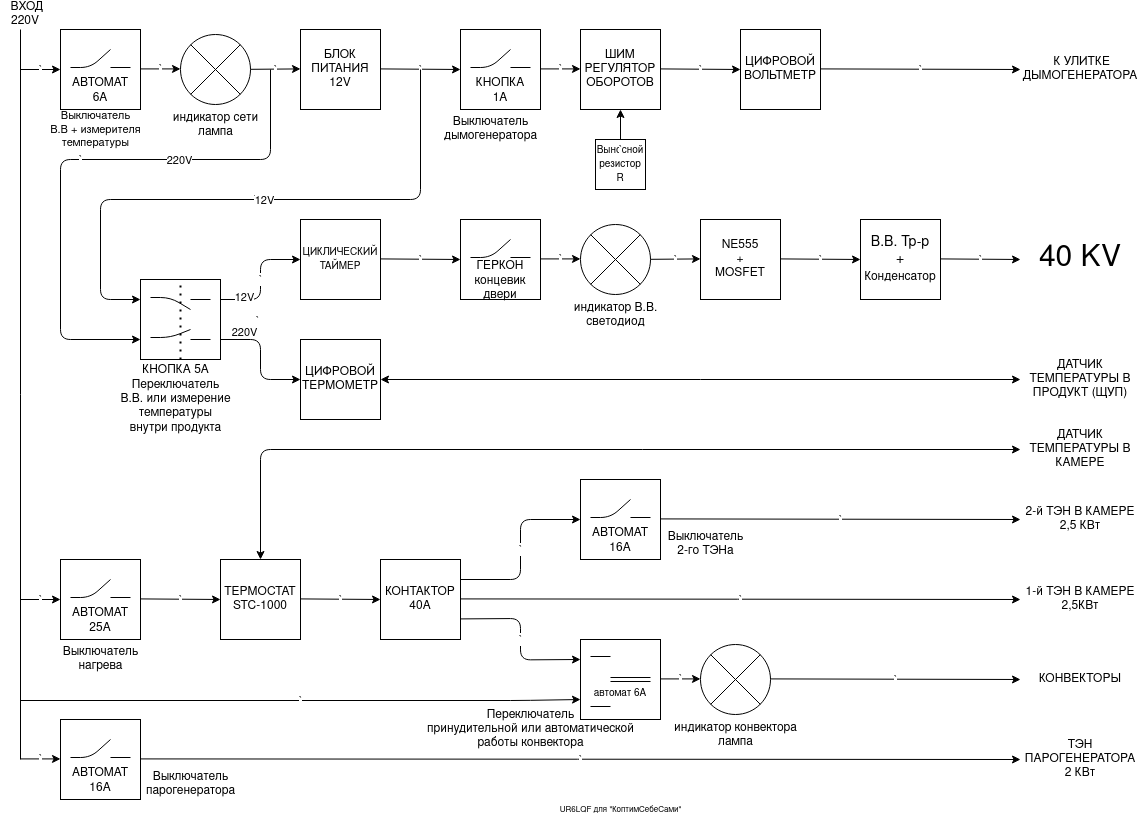
The draw.io diagram kopv4.png in jekavovikovich/jekavovikovich, before a commit. Source tidied: cells renumbered, new cells last; positions are measured from the earlier drawing's top-left corner, leaving out a move shared by most shapes.
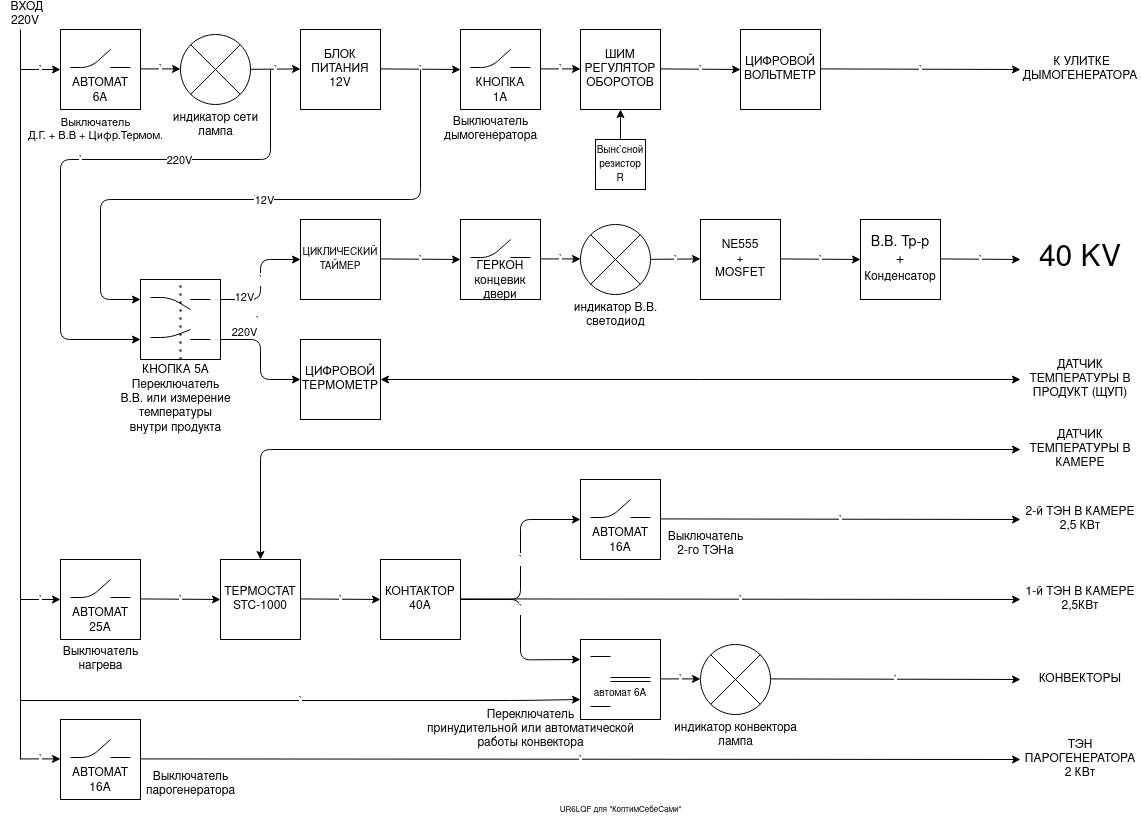
Later version of the same file.

The edit, as a diff of the source:
```diff
@@ -158,22 +158,20 @@
         <mxPoint x="1020" y="590" as="targetPoint" />
       </mxGeometry>
     </mxCell>
-    <mxCell id="35" value="`" style="endArrow=classic;html=1;entryX=0;entryY=0.25;entryDx=0;entryDy=0;" parent="1" edge="1">
-      <mxGeometry relative="1" as="geometry">
-        <mxPoint x="460" y="609.4" as="sourcePoint" />
+    <mxCell id="35" value="`" style="endArrow=classic;html=1;entryX=0;entryY=0.25;entryDx=0;entryDy=0;exitX=1;exitY=0.5;exitDx=0;exitDy=0;" parent="1" edge="1" source="15">
+      <mxGeometry x="-0.23" relative="1" as="geometry">
         <mxPoint x="580" y="650" as="targetPoint" />
         <Array as="points">
-          <mxPoint x="520" y="609" />
+          <mxPoint x="520" y="590" />
           <mxPoint x="520" y="650.4" />
         </Array>
       </mxGeometry>
     </mxCell>
-    <mxCell id="36" value="`" style="endArrow=classic;html=1;entryX=0;entryY=0.5;entryDx=0;entryDy=0;entryPerimeter=0;" parent="1" edge="1">
+    <mxCell id="36" value="`" style="endArrow=classic;html=1;entryX=0;entryY=0.5;entryDx=0;entryDy=0;entryPerimeter=0;exitX=1;exitY=0.5;exitDx=0;exitDy=0;" parent="1" edge="1" source="15">
       <mxGeometry relative="1" as="geometry">
-        <mxPoint x="460" y="570" as="sourcePoint" />
         <mxPoint x="580" y="510" as="targetPoint" />
         <Array as="points">
-          <mxPoint x="520" y="570" />
+          <mxPoint x="520" y="590" />
           <mxPoint x="520" y="510" />
         </Array>
       </mxGeometry>
@@ -462,8 +460,8 @@
         <mxPoint x="180" y="270" as="targetPoint" />
       </mxGeometry>
     </mxCell>
-    <mxCell id="86" value="&lt;div style=&quot;font-size: 11px&quot;&gt;&lt;font style=&quot;font-size: 11px&quot;&gt;Выключатель&lt;/font&gt;&lt;/div&gt;&lt;div style=&quot;font-size: 11px&quot;&gt;&lt;font style=&quot;font-size: 11px&quot;&gt;В.В + измерителя&lt;/font&gt;&lt;/div&gt;&lt;div style=&quot;font-size: 11px&quot;&gt;&lt;font style=&quot;font-size: 11px&quot;&gt;температуры&lt;/font&gt;&lt;font style=&quot;font-size: 11px&quot;&gt;&lt;br&gt;&lt;/font&gt;&lt;/div&gt;" style="text;html=1;align=center;verticalAlign=middle;strokeColor=none;" parent="1" vertex="1">
-      <mxGeometry x="40" y="95" width="110" height="50" as="geometry" />
+    <mxCell id="86" value="&lt;div style=&quot;font-size: 11px&quot;&gt;&lt;font style=&quot;font-size: 11px&quot;&gt;Выключатель&lt;/font&gt;&lt;/div&gt;&lt;div style=&quot;font-size: 11px&quot;&gt;&lt;font style=&quot;font-size: 11px&quot;&gt;Д.Г. + В.В + Цифр.Термом.&lt;/font&gt;&lt;font style=&quot;font-size: 11px&quot;&gt;&lt;br&gt;&lt;/font&gt;&lt;/div&gt;" style="text;html=1;align=center;verticalAlign=middle;strokeColor=none;" parent="1" vertex="1">
+      <mxGeometry x="20" y="105" width="150" height="30" as="geometry" />
     </mxCell>
     <mxCell id="87" value="&lt;div&gt;Выключатель&lt;/div&gt;&lt;div&gt;дымогенератора&lt;br&gt;&lt;/div&gt;" style="text;html=1;align=center;verticalAlign=middle;strokeColor=none;" parent="1" vertex="1">
       <mxGeometry x="435" y="105" width="110" height="30" as="geometry" />
```
